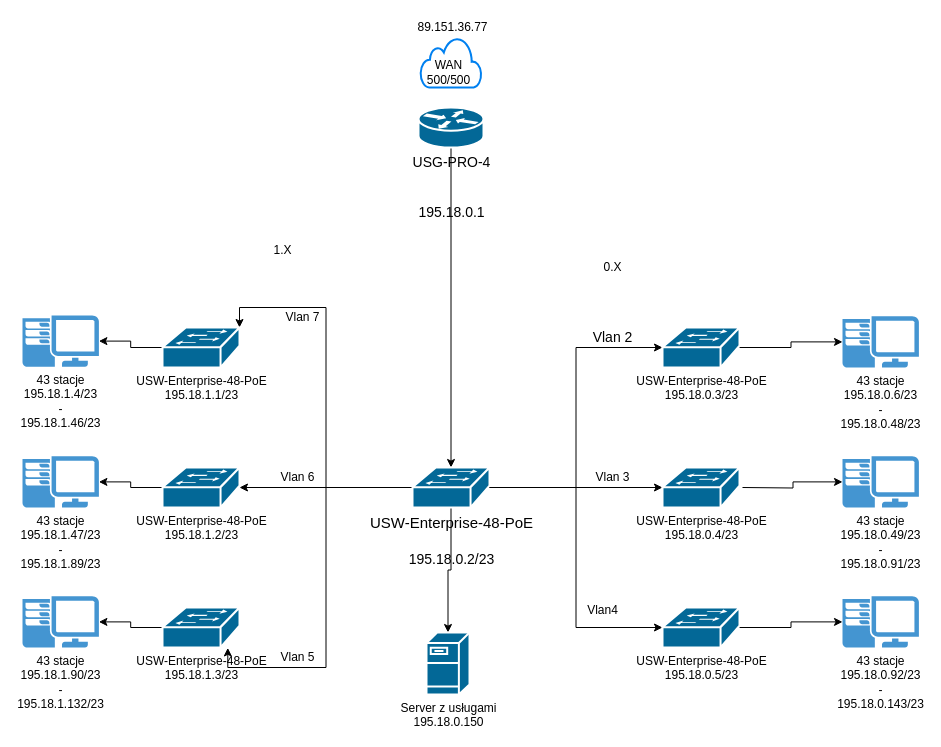
Before: Untitled Diagram.drawio in Kebab81/PRV, a draw.io diagram. Source tidied: cells renumbered, new cells numbered last; positions are measured from the earlier drawing's top-left corner, leaving out a move shared by most shapes. Both pictures are drawn from the tidied source at 100%, with x=0, y=0 at pixel (22, 17).
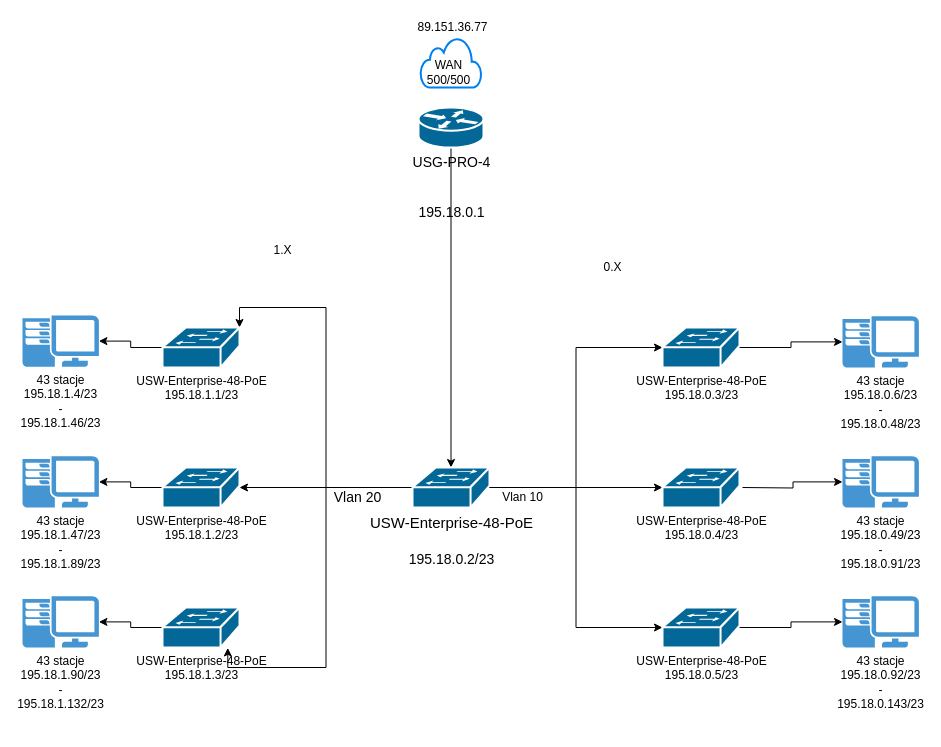
The same diagram, later.

Unchanged cells that the change refers to:
```xml
<mxCell id="13" value="&lt;div style=&quot;font-size: 15px&quot;&gt;&lt;font style=&quot;font-size: 15px&quot;&gt;&lt;span class=&quot;product-current-sku&quot;&gt;USW-Enterprise-48-PoE&lt;br&gt;&lt;/span&gt;&lt;/font&gt;&lt;/div&gt;&lt;div style=&quot;font-size: 15px&quot;&gt;&lt;br&gt;&lt;/div&gt;&lt;span style=&quot;font-size: 14px&quot;&gt;195.18.0.2/23&lt;/span&gt;&lt;font style=&quot;font-size: 15px&quot;&gt;&lt;br&gt;&lt;/font&gt;" style="shape=mxgraph.cisco.switches.workgroup_switch;sketch=0;html=1;dashed=0;fillColor=#036897;strokeColor=#ffffff;strokeWidth=2;verticalLabelPosition=bottom;verticalAlign=top;align=center;outlineConnect=0;" parent="1" vertex="1">
  <mxGeometry x="390" y="450" width="77" height="40" as="geometry" />
</mxCell>
```

The edit, as a diff of the source:
```diff
@@
-    <mxCell id="12" style="edgeStyle=orthogonalEdgeStyle;rounded=0;jettySize=auto;html=1;entryX=0.5;entryY=0;entryDx=0;entryDy=0;entryPerimeter=0;" parent="1" edge="1" source="13" target="41">
-      <mxGeometry relative="1" as="geometry" />
-    </mxCell>
@@
-    <mxCell id="33" value="&lt;font style=&quot;font-size: 14px&quot;&gt;Vlan 2&lt;br&gt;&lt;/font&gt;" style="text;html=1;align=center;verticalAlign=middle;strokeColor=none;fillColor=none;" parent="1" vertex="1">
-      <mxGeometry x="560" y="310" width="60" height="20" as="geometry" />
+    <mxCell id="33" value="&lt;font style=&quot;font-size: 14px&quot;&gt;Vlan 20&lt;br&gt;&lt;/font&gt;" style="text;html=1;align=center;verticalAlign=middle;strokeColor=none;fillColor=none;" parent="1" vertex="1">
+      <mxGeometry x="305" y="470" width="60" height="20" as="geometry" />
     </mxCell>
-    <mxCell id="34" value="Vlan 3" style="text;html=1;align=center;verticalAlign=middle;strokeColor=none;fillColor=none;" parent="1" vertex="1">
-      <mxGeometry x="565" y="450" width="50" height="20" as="geometry" />
+    <mxCell id="34" value="Vlan 10" style="text;html=1;align=center;verticalAlign=middle;strokeColor=none;fillColor=none;" parent="1" vertex="1">
+      <mxGeometry x="470" y="470" width="60" height="20" as="geometry" />
     </mxCell>
-    <mxCell id="35" value="&lt;div&gt;Vlan4&lt;/div&gt;&lt;div&gt;&lt;br&gt;&lt;/div&gt;" style="text;html=1;align=center;verticalAlign=middle;strokeColor=none;fillColor=none;" parent="1" vertex="1">
-      <mxGeometry x="555" y="585" width="50" height="30" as="geometry" />
-    </mxCell>
-    <mxCell id="36" value="&lt;div&gt;Vlan 5&lt;/div&gt;" style="text;html=1;align=center;verticalAlign=middle;strokeColor=none;fillColor=none;" parent="1" vertex="1">
-      <mxGeometry x="250" y="630" width="50" height="20" as="geometry" />
-    </mxCell>
-    <mxCell id="37" value="Vlan 6" style="text;html=1;align=center;verticalAlign=middle;strokeColor=none;fillColor=none;" parent="1" vertex="1">
-      <mxGeometry x="250" y="450" width="50" height="20" as="geometry" />
-    </mxCell>
-    <mxCell id="38" value="Vlan 7" style="text;html=1;align=center;verticalAlign=middle;strokeColor=none;fillColor=none;" parent="1" vertex="1">
-      <mxGeometry x="255" y="290" width="50" height="20" as="geometry" />
-    </mxCell>
@@
-    <mxCell id="41" value="Server z usługami&lt;br&gt;195.18.0.150" style="shape=mxgraph.cisco.servers.fileserver;sketch=0;html=1;dashed=0;fillColor=#036897;strokeColor=#ffffff;strokeWidth=2;verticalLabelPosition=bottom;verticalAlign=top;align=center;outlineConnect=0;" parent="1" vertex="1">
-      <mxGeometry x="404" y="615" width="43" height="62" as="geometry" />
-    </mxCell>
```
